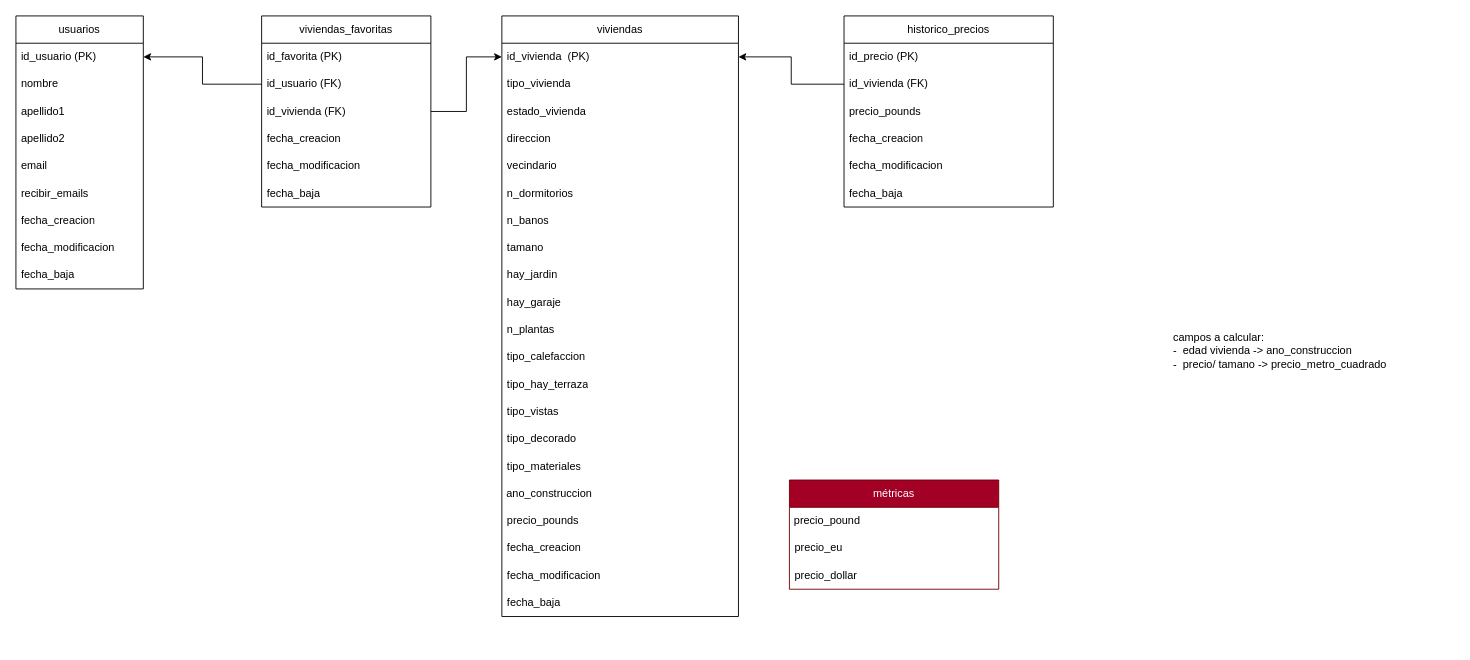
Above: page "Modelo de Datos" (2 of 3) of doc/ActividadCloud.drawio in Jurbina0/Actividad-CLOUD (draw.io), before the change. Source tidied: cells renumbered, new cells numbered last; positions are measured from the earlier drawing's top-left corner, leaving out a move shared by most shapes. Both pictures are drawn from the tidied source at 91%, with x=0, y=0 at pixel (15, 15).
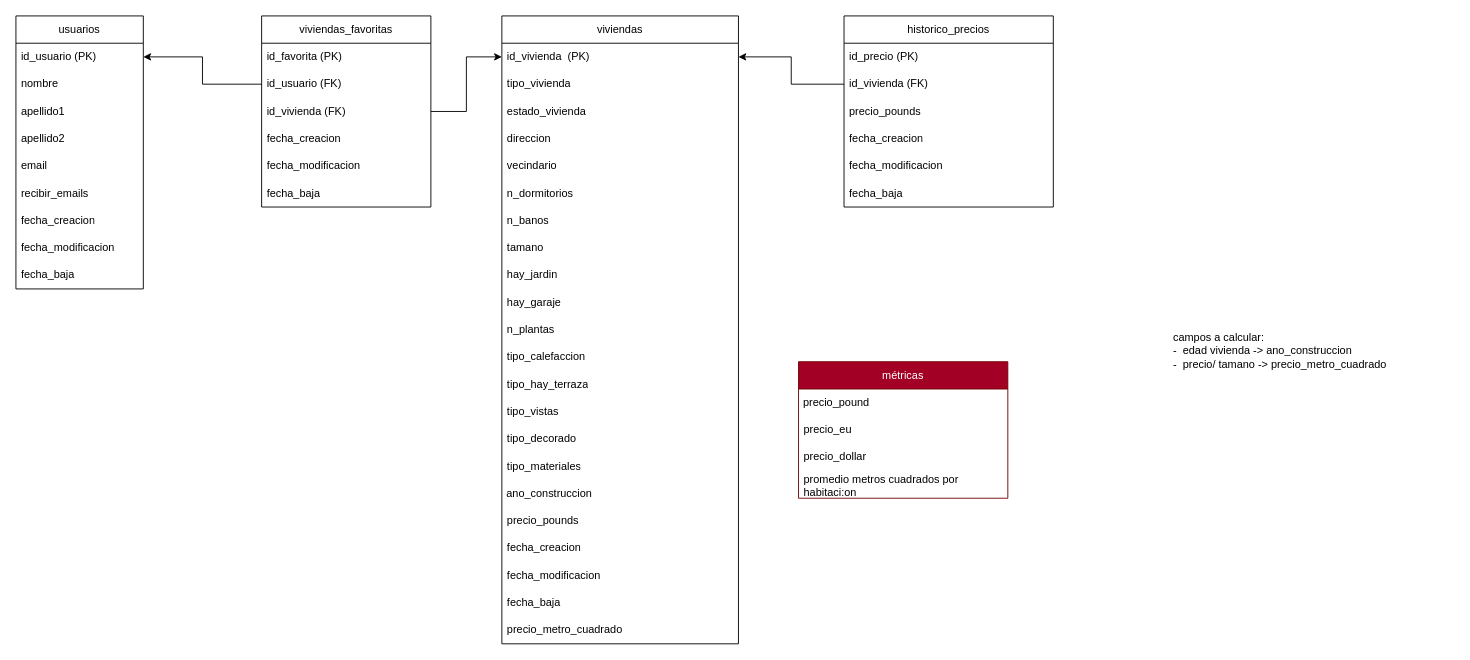
Above is the later version.

Commit message (it also covers changes not shown here):
Corregidos los atributos de la tabla de hechos viviendas en el modelo de datos (drawio). Completado proceso ETL del archivo london_houses.csv yañadidas validaciones en validaciones_ETL.py

What changed in the source:
```diff
@@
     <mxCell id="2" value="viviendas" style="swimlane;fontStyle=0;horizontal=1;startSize=30;whiteSpace=wrap;html=1;" parent="1" vertex="1">
-      <mxGeometry x="534" width="260" height="660" as="geometry" />
+      <mxGeometry x="534" width="260" height="690" as="geometry" />
     </mxCell>
@@
+    <mxCell id="56" value="precio_metro_cuadrado" style="text;strokeColor=none;fillColor=none;align=left;verticalAlign=middle;spacingLeft=4;spacingRight=4;overflow=hidden;whiteSpace=wrap;html=1;" parent="2" vertex="1">
+      <mxGeometry y="660" width="260" height="30" as="geometry" />
+    </mxCell>
@@
     <mxCell id="51" value="métricas" style="swimlane;fontStyle=0;horizontal=1;startSize=30;whiteSpace=wrap;html=1;fillColor=#a20025;fontColor=#ffffff;strokeColor=#6F0000;" parent="1" vertex="1">
-      <mxGeometry x="850" y="510" width="230" height="120" as="geometry" />
+      <mxGeometry x="860" y="380" width="230" height="150" as="geometry" />
     </mxCell>
@@
+    <mxCell id="57" value="promedio metros cuadrados por habitaci:on" style="text;strokeColor=none;fillColor=none;align=left;verticalAlign=middle;spacingLeft=4;spacingRight=4;overflow=hidden;whiteSpace=wrap;html=1;" parent="51" vertex="1">
+      <mxGeometry y="120" width="230" height="30" as="geometry" />
+    </mxCell>
```
